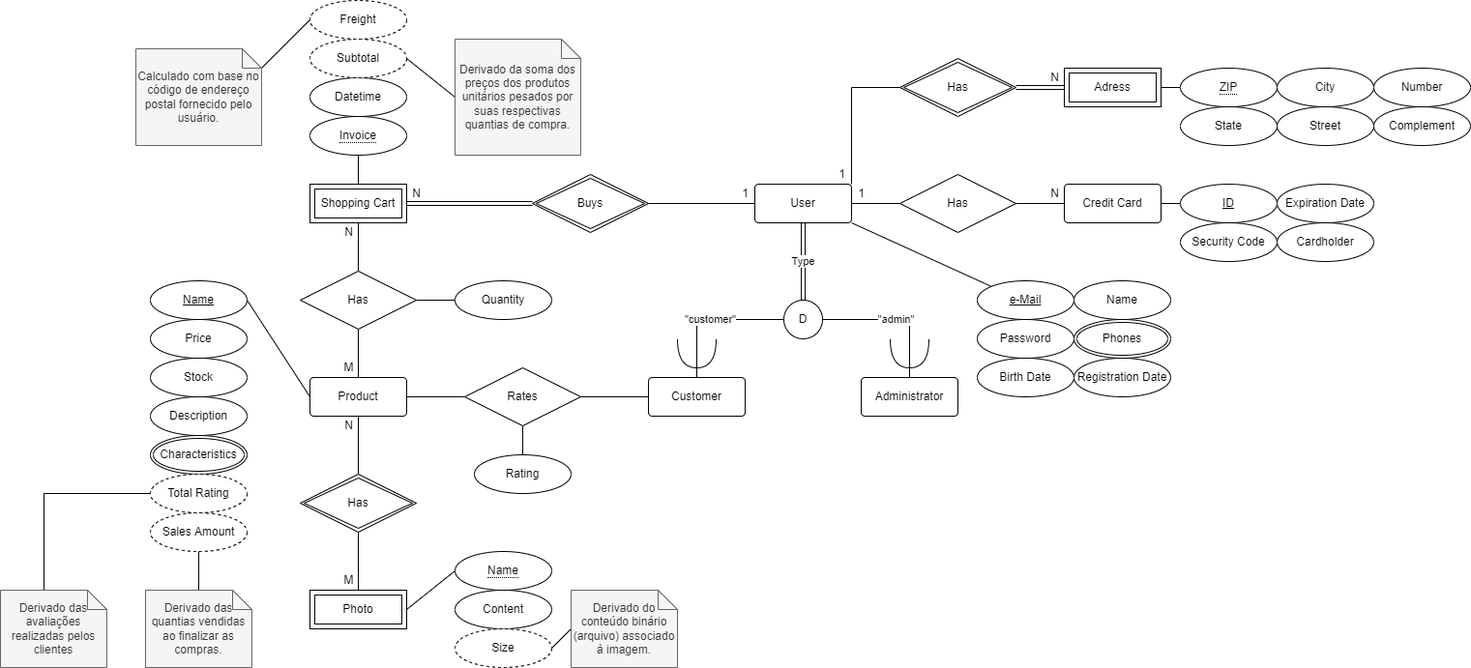
Earlier version of the draw.io export github/MER.png (jlrconstantino/bookstore-ecommerce). Source tidied: cells renumbered, new cells last; positions are measured from the earlier drawing's top-left corner, leaving out a move shared by most shapes.
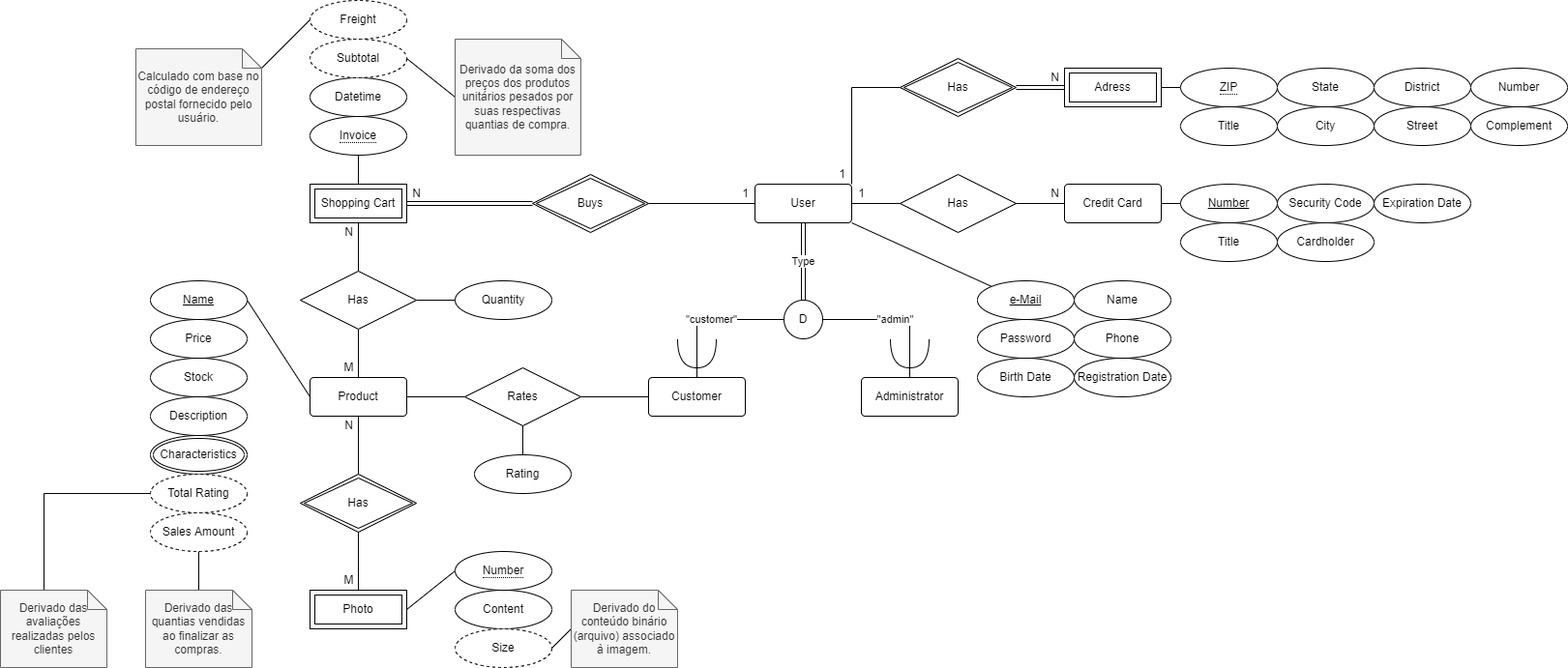
Later version of the same file.

Change to the diagram source:
```diff
@@ -70,9 +70,6 @@
     <mxCell id="19" value="Password" style="ellipse;whiteSpace=wrap;html=1;align=center;" parent="1" vertex="1">
       <mxGeometry x="1010" y="330" width="100" height="40" as="geometry" />
     </mxCell>
-    <mxCell id="20" value="Phones" style="ellipse;shape=doubleEllipse;margin=3;whiteSpace=wrap;html=1;align=center;" parent="1" vertex="1">
-      <mxGeometry x="1110" y="330" width="100" height="40" as="geometry" />
-    </mxCell>
     <mxCell id="21" value="e-Mail" style="ellipse;whiteSpace=wrap;html=1;align=center;fontStyle=4;" parent="1" vertex="1">
       <mxGeometry x="1010" y="290" width="100" height="40" as="geometry" />
     </mxCell>
@@ -89,7 +86,7 @@
       <mxGeometry x="1080" y="70" width="20" height="20" as="geometry" />
     </mxCell>
     <mxCell id="26" value="Number" style="ellipse;whiteSpace=wrap;html=1;align=center;" parent="1" vertex="1">
-      <mxGeometry x="1420" y="70" width="100" height="40" as="geometry" />
+      <mxGeometry x="1520" y="70" width="100" height="40" as="geometry" />
     </mxCell>
     <mxCell id="27" style="edgeStyle=orthogonalEdgeStyle;shape=link;rounded=0;jettySize=auto;html=1;exitX=1;exitY=0.5;exitDx=0;exitDy=0;entryX=0;entryY=0.5;entryDx=0;entryDy=0;endArrow=none;endFill=0;elbow=vertical;" parent="1" edge="1" source="28" target="30">
       <mxGeometry relative="1" as="geometry" />
@@ -107,16 +104,16 @@
       <mxGeometry x="1220" y="70" width="100" height="40" as="geometry" />
     </mxCell>
     <mxCell id="32" value="Street" style="ellipse;whiteSpace=wrap;html=1;align=center;" parent="1" vertex="1">
-      <mxGeometry x="1320" y="110" width="100" height="40" as="geometry" />
+      <mxGeometry x="1420" y="110" width="100" height="40" as="geometry" />
     </mxCell>
     <mxCell id="33" value="City" style="ellipse;whiteSpace=wrap;html=1;align=center;" parent="1" vertex="1">
-      <mxGeometry x="1320" y="70" width="100" height="40" as="geometry" />
+      <mxGeometry x="1320" y="110" width="100" height="40" as="geometry" />
     </mxCell>
     <mxCell id="34" value="State" style="ellipse;whiteSpace=wrap;html=1;align=center;" parent="1" vertex="1">
-      <mxGeometry x="1220" y="110" width="100" height="40" as="geometry" />
+      <mxGeometry x="1320" y="70" width="100" height="40" as="geometry" />
     </mxCell>
     <mxCell id="35" value="Complement" style="ellipse;whiteSpace=wrap;html=1;align=center;" parent="1" vertex="1">
-      <mxGeometry x="1420" y="110" width="100" height="40" as="geometry" />
+      <mxGeometry x="1520" y="110" width="100" height="40" as="geometry" />
     </mxCell>
     <mxCell id="36" style="edgeStyle=orthogonalEdgeStyle;rounded=0;jettySize=auto;html=1;exitX=1;exitY=0.5;exitDx=0;exitDy=0;entryX=0;entryY=0.5;entryDx=0;entryDy=0;endArrow=none;endFill=0;elbow=vertical;" parent="1" edge="1" source="37" target="39">
       <mxGeometry relative="1" as="geometry" />
@@ -134,13 +131,13 @@
       <mxGeometry x="1080" y="190" width="20" height="20" as="geometry" />
     </mxCell>
     <mxCell id="41" value="Security Code" style="ellipse;whiteSpace=wrap;html=1;align=center;" parent="1" vertex="1">
-      <mxGeometry x="1220" y="230" width="100" height="40" as="geometry" />
+      <mxGeometry x="1320" y="190" width="100" height="40" as="geometry" />
     </mxCell>
-    <mxCell id="42" value="ID" style="ellipse;whiteSpace=wrap;html=1;align=center;fontStyle=4;" parent="1" vertex="1">
+    <mxCell id="42" value="Number" style="ellipse;whiteSpace=wrap;html=1;align=center;fontStyle=4;" parent="1" vertex="1">
       <mxGeometry x="1220" y="190" width="100" height="40" as="geometry" />
     </mxCell>
     <mxCell id="43" value="Expiration Date" style="ellipse;whiteSpace=wrap;html=1;align=center;" parent="1" vertex="1">
-      <mxGeometry x="1320" y="190" width="100" height="40" as="geometry" />
+      <mxGeometry x="1420" y="190" width="100" height="40" as="geometry" />
     </mxCell>
     <mxCell id="44" value="Cardholder" style="ellipse;whiteSpace=wrap;html=1;align=center;" parent="1" vertex="1">
       <mxGeometry x="1320" y="230" width="100" height="40" as="geometry" />
@@ -238,7 +235,7 @@
     <mxCell id="75" value="Derivado do conteúdo binário (arquivo) associado à imagem." style="shape=note;size=20;whiteSpace=wrap;html=1;fillColor=#f5f5f5;fontColor=#333333;strokeColor=#666666;" parent="1" vertex="1">
       <mxGeometry x="590" y="610" width="110" height="80" as="geometry" />
     </mxCell>
-    <mxCell id="76" value="&lt;span style=&quot;border-bottom: 1px dotted&quot;&gt;Name&lt;/span&gt;" style="ellipse;whiteSpace=wrap;html=1;align=center;" parent="1" vertex="1">
+    <mxCell id="76" value="&lt;span style=&quot;border-bottom: 1px dotted&quot;&gt;Number&lt;/span&gt;" style="ellipse;whiteSpace=wrap;html=1;align=center;" parent="1" vertex="1">
       <mxGeometry x="470" y="570" width="100" height="40" as="geometry" />
     </mxCell>
     <mxCell id="77" value="Name" style="ellipse;whiteSpace=wrap;html=1;align=center;fontStyle=4;" parent="1" vertex="1">
@@ -292,5 +289,17 @@
     <mxCell id="93" value="Derivado das avaliações realizadas pelos clientes" style="shape=note;size=20;whiteSpace=wrap;html=1;fillColor=#f5f5f5;fontColor=#333333;strokeColor=#666666;" parent="1" vertex="1">
       <mxGeometry y="610" width="110" height="80" as="geometry" />
     </mxCell>
+    <mxCell id="94" value="Title" style="ellipse;whiteSpace=wrap;html=1;align=center;" parent="1" vertex="1">
+      <mxGeometry x="1220" y="230" width="100" height="40" as="geometry" />
+    </mxCell>
+    <mxCell id="95" value="Title" style="ellipse;whiteSpace=wrap;html=1;align=center;" parent="1" vertex="1">
+      <mxGeometry x="1220" y="110" width="100" height="40" as="geometry" />
+    </mxCell>
+    <mxCell id="96" value="District" style="ellipse;whiteSpace=wrap;html=1;align=center;" parent="1" vertex="1">
+      <mxGeometry x="1420" y="70" width="100" height="40" as="geometry" />
+    </mxCell>
+    <mxCell id="97" value="Phone" style="ellipse;whiteSpace=wrap;html=1;align=center;" parent="1" vertex="1">
+      <mxGeometry x="1110" y="330" width="100" height="40" as="geometry" />
+    </mxCell>
   </root>
 </mxGraphModel>
```
